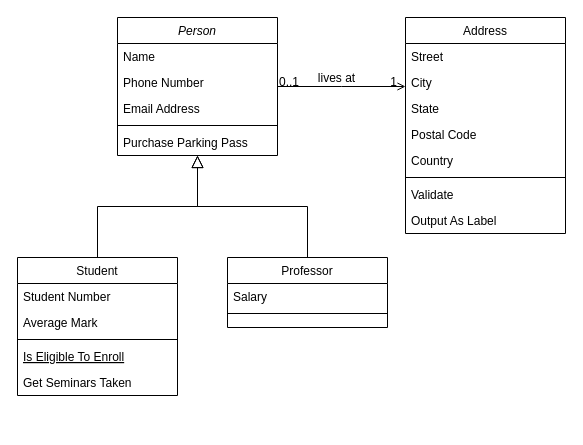
hoanghieu2000a/HANU_Hospital keeps this draw.io diagram as Diagram/patient.drawio. Above is the earlier version. Source tidied: cells renumbered, new cells numbered last; positions are measured from the earlier drawing's top-left corner, leaving out a move shared by most shapes. Both pictures are drawn from the tidied source at 100%, with x=0, y=0 at pixel (17, 17).
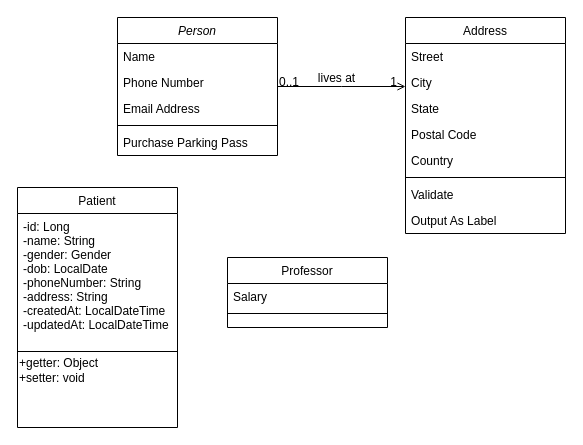
Above is the later version.

The change refers to these unchanged cells:
```xml
<mxCell id="2" value="Person" style="swimlane;fontStyle=2;align=center;verticalAlign=top;horizontal=1;startSize=26;rounded=0;shadow=0;strokeWidth=1;" parent="1" vertex="1">
  <mxGeometry x="100" width="160" height="138" as="geometry" />
</mxCell>
<mxCell id="15" value="Professor" style="swimlane;fontStyle=0;align=center;verticalAlign=top;horizontal=1;startSize=26;rounded=0;shadow=0;strokeWidth=1;" parent="1" vertex="1">
  <mxGeometry x="210" y="240" width="160" height="70" as="geometry" />
</mxCell>
```

Change to the diagram source:
```diff
@@
-    <mxCell id="8" value="Student" style="swimlane;fontStyle=0;align=center;verticalAlign=top;horizontal=1;startSize=26;rounded=0;shadow=0;strokeWidth=1;" parent="1" vertex="1">
-      <mxGeometry y="240" width="160" height="138" as="geometry" />
+    <mxCell id="8" value="Patient" style="swimlane;fontStyle=0;align=center;verticalAlign=top;horizontal=1;startSize=26;rounded=0;shadow=0;strokeWidth=1;" parent="1" vertex="1">
+      <mxGeometry y="170" width="160" height="240" as="geometry" />
     </mxCell>
-    <mxCell id="9" value="Student Number" style="text;align=left;verticalAlign=top;spacingLeft=4;spacingRight=4;overflow=hidden;" parent="8" vertex="1">
-      <mxGeometry y="26" width="160" height="26" as="geometry" />
+    <mxCell id="9" value="-id: Long&#10;-name: String&#10;-gender: Gender&#10;-dob: LocalDate&#10;-phoneNumber: String&#10;-address: String&#10;-createdAt: LocalDateTime&#10;-updatedAt: LocalDateTime" style="text;align=left;verticalAlign=top;spacingLeft=4;spacingRight=4;overflow=hidden;" parent="8" vertex="1">
+      <mxGeometry y="26" width="160" height="134" as="geometry" />
     </mxCell>
-    <mxCell id="10" value="Average Mark" style="text;align=left;verticalAlign=top;spacingLeft=4;spacingRight=4;overflow=hidden;rounded=0;shadow=0;html=0;" parent="8" vertex="1">
-      <mxGeometry y="52" width="160" height="26" as="geometry" />
-    </mxCell>
     <mxCell id="11" style="line;html=1;strokeWidth=1;align=left;verticalAlign=middle;spacingTop=-1;spacingLeft=3;spacingRight=3;labelPosition=right;" parent="8" vertex="1">
-      <mxGeometry y="78" width="160" height="8" as="geometry" />
+      <mxGeometry y="160" width="160" height="8" as="geometry" />
     </mxCell>
-    <mxCell id="12" value="Is Eligible To Enroll" style="text;align=left;verticalAlign=top;spacingLeft=4;spacingRight=4;overflow=hidden;fontStyle=4;" parent="8" vertex="1">
-      <mxGeometry y="86" width="160" height="26" as="geometry" />
-    </mxCell>
-    <mxCell id="13" value="Get Seminars Taken" style="text;align=left;verticalAlign=top;spacingLeft=4;spacingRight=4;overflow=hidden;" parent="8" vertex="1">
-      <mxGeometry y="112" width="160" height="26" as="geometry" />
-    </mxCell>
-    <mxCell id="14" style="endArrow=block;endSize=10;endFill=0;shadow=0;strokeWidth=1;rounded=0;edgeStyle=elbowEdgeStyle;elbow=vertical;" parent="1" edge="1" source="8" target="2">
-      <mxGeometry relative="1" as="geometry" />
-    </mxCell>
+    <mxCell id="32" value="+getter: Object&lt;br&gt;+setter: void" style="text;html=1;align=left;verticalAlign=middle;strokeColor=none;" parent="8" vertex="1">
+      <mxGeometry y="168" width="160" height="30" as="geometry" />
+    </mxCell>
@@
-    <mxCell id="18" style="endArrow=block;endSize=10;endFill=0;shadow=0;strokeWidth=1;rounded=0;edgeStyle=elbowEdgeStyle;elbow=vertical;" parent="1" edge="1" source="15" target="2">
-      <mxGeometry relative="1" as="geometry" />
-    </mxCell>
```
